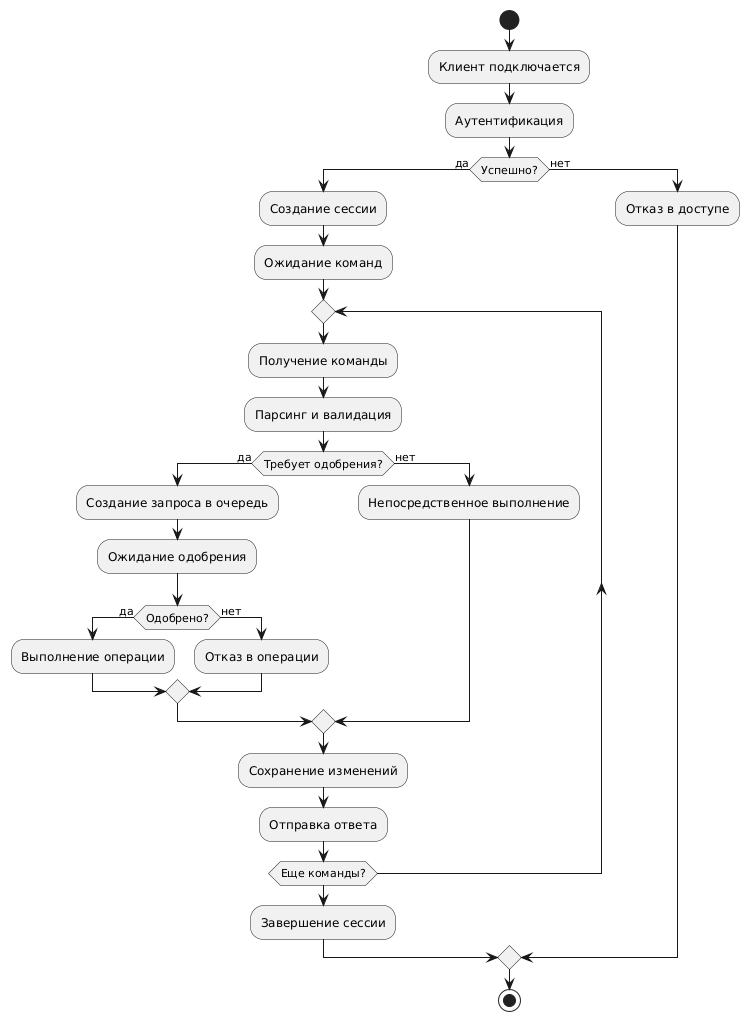
This is docs/pic/dataflow-diagram.png from RuzhiyKot/Client-server-app-of-a-banking-system, a PlantUML export, as it was before one commit. The source it was exported from:
```plantuml
@startuml
start
:Клиент подключается;
:Аутентификация;
if (Успешно?) then (да)
  :Создание сессии;
  :Ожидание команд;

  repeat
    :Получение команды;
    :Парсинг и валидация;

    if (Требует одобрения?) then (да)
      :Создание запроса в очередь;
      :Ожидание одобрения;
      if (Одобрено?) then (да)
        :Выполнение операции;
      else (нет)
        :Отказ в операции;
      endif
    else (нет)
      :Непосредственное выполнение;
    endif

    :Сохранение изменений;
    :Отправка ответа;
  repeat while (Еще команды?)

  :Завершение сессии;
else (нет)
  :Отказ в доступе;
endif
stop
@enduml
```
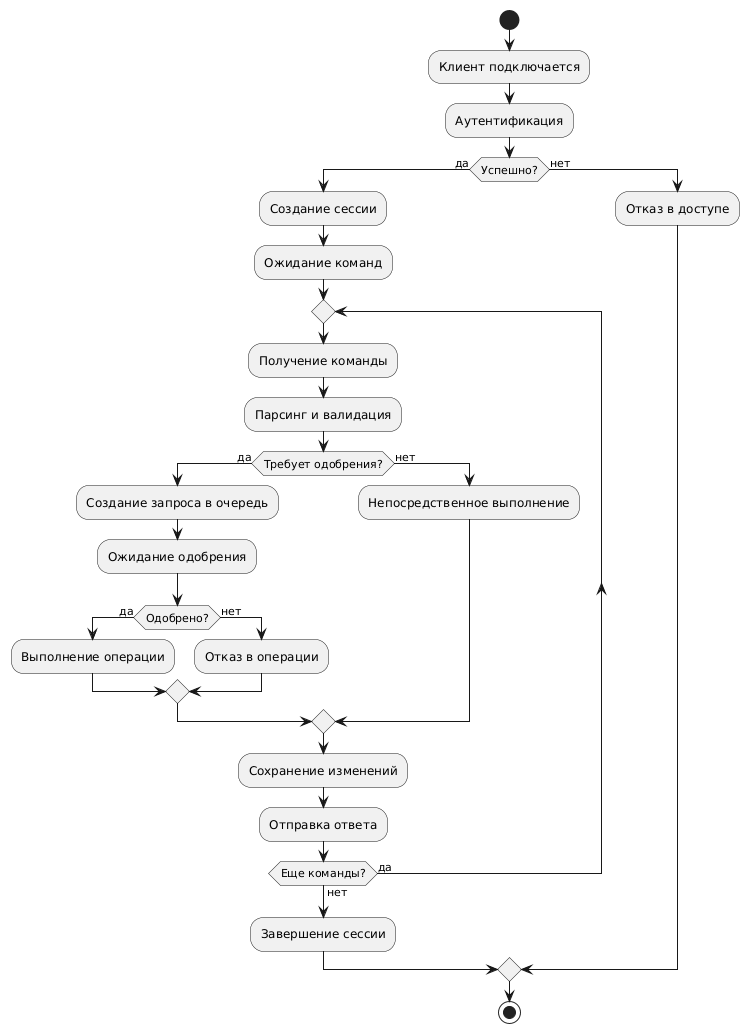
The same file after the commit.

What changed in the source:
```diff
@@ -24,7 +24,7 @@
 
     :Сохранение изменений;
     :Отправка ответа;
-  repeat while (Еще команды?)
+  repeat while (Еще команды?) is (да) not (нет)
 
   :Завершение сессии;
 else (нет)
```
